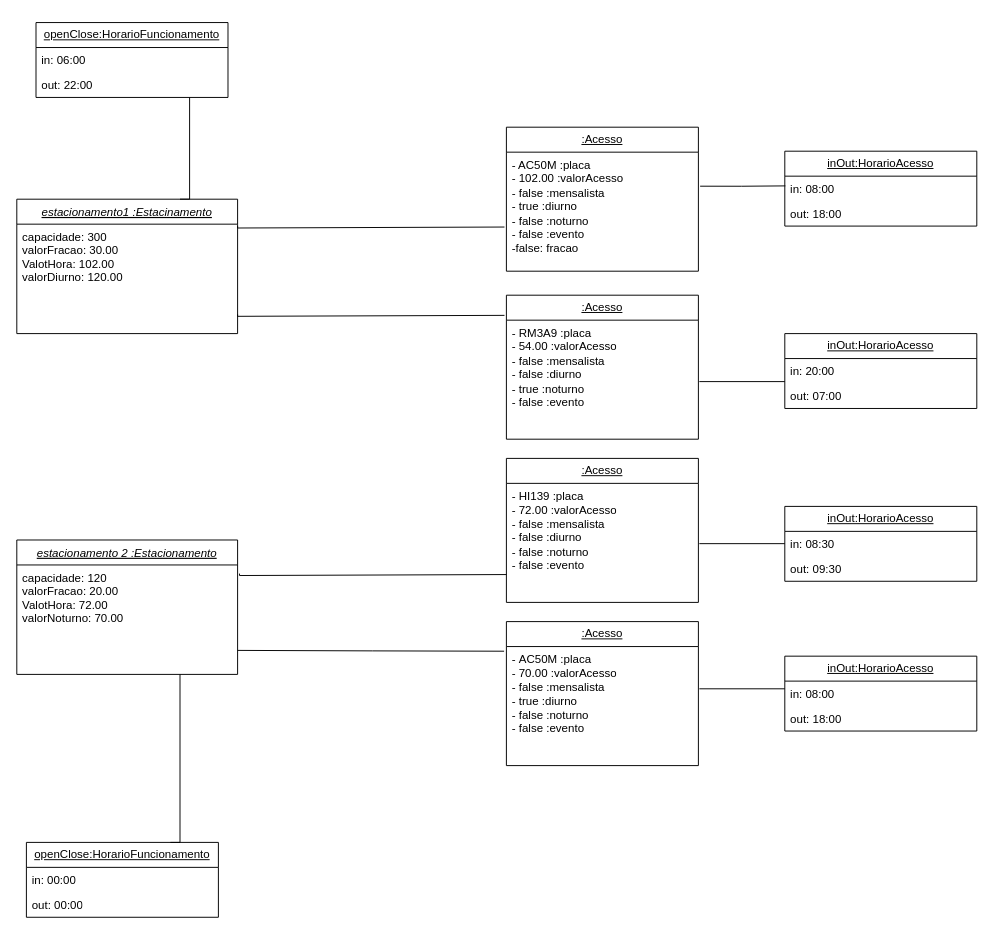
The draw.io diagram TP/Object_Diagram.drawio in Pedronosrins/OO, before the edit. Source tidied: cells renumbered, new cells numbered last; positions are measured from the earlier drawing's top-left corner, leaving out a move shared by most shapes. Both pictures are drawn from the tidied source at 96%, with x=0, y=0 at pixel (16, 22).
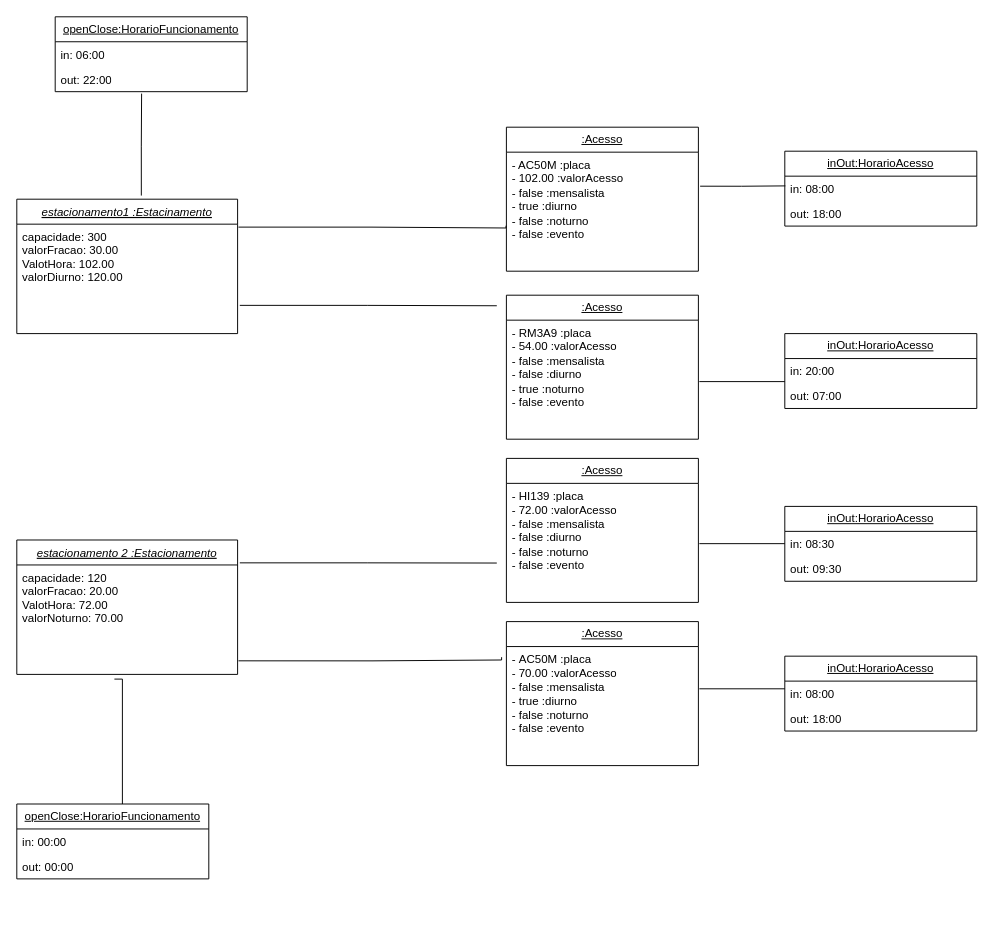
After the change.

The change refers to these unchanged cells:
```xml
<mxCell id="2" value="estacionamento1 :Estacinamento" style="swimlane;fontStyle=6;align=center;verticalAlign=top;horizontal=1;startSize=26;rounded=0;shadow=0;strokeWidth=1;" parent="1" vertex="1">
  <mxGeometry y="184" width="230" height="140" as="geometry" />
</mxCell>
<mxCell id="3" value="capacidade: 300&#10;valorFracao: 30.00&#10;ValotHora: 102.00&#10;valorDiurno: 120.00&#10;" style="text;align=left;verticalAlign=top;spacingLeft=4;spacingRight=4;overflow=hidden;points=[[0,0.5],[1,0.5]];portConstraint=eastwest;" parent="2" vertex="1">
  <mxGeometry y="26" width="230" height="114" as="geometry" />
</mxCell>
<mxCell id="4" value="estacionamento 2 :Estacionamento" style="swimlane;fontStyle=6;align=center;verticalAlign=top;horizontal=1;startSize=26;rounded=0;shadow=0;strokeWidth=1;" parent="1" vertex="1">
  <mxGeometry y="539" width="230" height="140" as="geometry" />
</mxCell>
<mxCell id="5" value="capacidade: 120&#10;valorFracao: 20.00&#10;ValotHora: 72.00&#10;valorNoturno: 70.00&#10;" style="text;align=left;verticalAlign=top;spacingLeft=4;spacingRight=4;overflow=hidden;points=[[0,0.5],[1,0.5]];portConstraint=eastwest;" parent="4" vertex="1">
  <mxGeometry y="26" width="230" height="114" as="geometry" />
</mxCell>
<mxCell id="6" value="&lt;u&gt;:Acesso&lt;/u&gt;" style="swimlane;fontStyle=0;horizontal=1;startSize=26;fillColor=none;whiteSpace=wrap;html=1;" parent="1" vertex="1">
  <mxGeometry x="510" y="109" width="200" height="150" as="geometry" />
</mxCell>
<mxCell id="8" value="&lt;u&gt;:Acesso&lt;/u&gt;" style="swimlane;fontStyle=0;horizontal=1;startSize=26;fillColor=none;whiteSpace=wrap;html=1;" parent="1" vertex="1">
  <mxGeometry x="510" y="284" width="200" height="150" as="geometry" />
</mxCell>
<mxCell id="10" value="&lt;u&gt;:Acesso&lt;/u&gt;" style="swimlane;fontStyle=0;horizontal=1;startSize=26;fillColor=none;whiteSpace=wrap;html=1;" parent="1" vertex="1">
  <mxGeometry x="510" y="454" width="200" height="150" as="geometry" />
</mxCell>
<mxCell id="13" value="-&amp;nbsp;AC50M :placa&lt;br&gt;- 70.00 :valorAcesso&lt;br&gt;- false :mensalista&lt;br&gt;- true :diurno&lt;br&gt;- false :noturno&lt;br&gt;- false :evento" style="text;strokeColor=none;fillColor=none;align=left;verticalAlign=top;spacingLeft=4;spacingRight=4;overflow=hidden;points=[[0,0.5],[1,0.5]];portConstraint=eastwest;whiteSpace=wrap;html=1;" parent="12" vertex="1">
  <mxGeometry y="26" width="200" height="124" as="geometry" />
</mxCell>
<mxCell id="31" value="out: 22:00" style="text;strokeColor=none;fillColor=none;align=left;verticalAlign=top;spacingLeft=4;spacingRight=4;overflow=hidden;points=[[0,0.5],[1,0.5]];portConstraint=eastwest;whiteSpace=wrap;html=1;" parent="29" vertex="1">
  <mxGeometry y="52" width="200" height="26" as="geometry" />
</mxCell>
```

The edit, as a diff of the source:
```diff
@@
-    <mxCell id="7" value="- AC50M&amp;nbsp;:placa&lt;br&gt;- 102.00 :valorAcesso&lt;br&gt;- false :mensalista&lt;br&gt;- true :diurno&lt;br&gt;- false :noturno&lt;br&gt;- false :evento&lt;br&gt;-false: fracao" style="text;strokeColor=none;fillColor=none;align=left;verticalAlign=top;spacingLeft=4;spacingRight=4;overflow=hidden;points=[[0,0.5],[1,0.5]];portConstraint=eastwest;whiteSpace=wrap;html=1;" parent="6" vertex="1">
+    <mxCell id="7" value="- AC50M&amp;nbsp;:placa&lt;br&gt;- 102.00 :valorAcesso&lt;br&gt;- false :mensalista&lt;br&gt;- true :diurno&lt;br&gt;- false :noturno&lt;br&gt;- false :evento&lt;br&gt;" style="text;strokeColor=none;fillColor=none;align=left;verticalAlign=top;spacingLeft=4;spacingRight=4;overflow=hidden;points=[[0,0.5],[1,0.5]];portConstraint=eastwest;whiteSpace=wrap;html=1;" parent="6" vertex="1">
       <mxGeometry y="26" width="200" height="124" as="geometry" />
     </mxCell>
@@
-    <mxCell id="9" value="-&amp;nbsp;RM3A9&amp;nbsp;:placa&lt;br&gt;- 54.00 :valorAcesso&lt;br&gt;- false :mensalista&lt;br&gt;- false :diurno&lt;br&gt;- true :noturno&lt;br&gt;- false :evento" style="text;strokeColor=none;fillColor=none;align=left;verticalAlign=top;spacingLeft=4;spacingRight=4;overflow=hidden;whiteSpace=wrap;html=1;" parent="8" vertex="1">
+    <mxCell id="9" value="-&amp;nbsp;RM3A9&amp;nbsp;:placa&lt;br&gt;- 54.00 :valorAcesso&lt;br&gt;- false :mensalista&lt;br&gt;- false :diurno&lt;br&gt;- true :noturno&lt;br&gt;- false :evento&lt;br&gt;" style="text;strokeColor=none;fillColor=none;align=left;verticalAlign=top;spacingLeft=4;spacingRight=4;overflow=hidden;whiteSpace=wrap;html=1;" parent="8" vertex="1">
       <mxGeometry y="26" width="200" height="124" as="geometry" />
     </mxCell>
@@
-    <mxCell id="11" value="-&amp;nbsp;HI139&amp;nbsp;:placa&lt;br&gt;- 72.00 :valorAcesso&lt;br&gt;- false :mensalista&lt;br&gt;- false :diurno&lt;br&gt;- false :noturno&lt;br&gt;- false :evento" style="text;strokeColor=none;fillColor=none;align=left;verticalAlign=top;spacingLeft=4;spacingRight=4;overflow=hidden;whiteSpace=wrap;html=1;" parent="10" vertex="1">
+    <mxCell id="11" value="-&amp;nbsp;HI139&amp;nbsp;:placa&lt;br&gt;- 72.00 :valorAcesso&lt;br&gt;- false :mensalista&lt;br&gt;- false :diurno&lt;br&gt;- false :noturno&lt;br&gt;- false :evento&lt;br&gt;" style="text;strokeColor=none;fillColor=none;align=left;verticalAlign=top;spacingLeft=4;spacingRight=4;overflow=hidden;whiteSpace=wrap;html=1;" parent="10" vertex="1">
       <mxGeometry y="26" width="200" height="124" as="geometry" />
     </mxCell>
@@
     <mxCell id="14" value="&lt;u&gt;openClose:HorarioFuncionamento&lt;/u&gt;" style="swimlane;fontStyle=0;horizontal=1;startSize=26;fillColor=none;whiteSpace=wrap;html=1;" parent="1" vertex="1">
-      <mxGeometry x="10" y="854" width="200" height="78" as="geometry" />
+      <mxGeometry y="814" width="200" height="78" as="geometry" />
     </mxCell>
@@
+    <mxCell id="42" style="endArrow=none;html=1;edgeStyle=orthogonalEdgeStyle;rounded=0;exitX=0.564;exitY=-0.027;exitDx=0;exitDy=0;exitPerimeter=0;" parent="1" edge="1" source="2">
+      <mxGeometry relative="1" as="geometry">
+        <mxPoint x="130" y="74" as="targetPoint" />
+      </mxGeometry>
+    </mxCell>
@@
     <mxCell id="29" value="&lt;u&gt;openClose:HorarioFuncionamento&lt;/u&gt;" style="swimlane;fontStyle=0;horizontal=1;startSize=26;fillColor=none;whiteSpace=wrap;html=1;" parent="1" vertex="1">
-      <mxGeometry x="20" width="200" height="78" as="geometry" />
+      <mxGeometry x="40" y="-6" width="200" height="78" as="geometry" />
     </mxCell>
@@
-    <mxCell id="36" style="endArrow=none;html=1;edgeStyle=orthogonalEdgeStyle;rounded=0;entryX=-0.012;entryY=0.039;entryDx=0;entryDy=0;entryPerimeter=0;" parent="1" edge="1" target="13">
-      <mxGeometry relative="1" as="geometry">
-        <mxPoint x="230" y="654" as="sourcePoint" />
-      </mxGeometry>
-    </mxCell>
-    <mxCell id="37" style="endArrow=none;html=1;edgeStyle=orthogonalEdgeStyle;rounded=0;entryX=-0.012;entryY=0.039;entryDx=0;entryDy=0;entryPerimeter=0;" parent="1" edge="1">
-      <mxGeometry relative="1" as="geometry">
-        <mxPoint x="230" y="212" as="sourcePoint" />
-        <mxPoint x="508" y="213" as="targetPoint" />
-        <Array as="points">
-          <mxPoint x="230" y="214" />
-        </Array>
-      </mxGeometry>
-    </mxCell>
-    <mxCell id="38" style="endArrow=none;html=1;edgeStyle=orthogonalEdgeStyle;rounded=0;entryX=-0.012;entryY=0.039;entryDx=0;entryDy=0;entryPerimeter=0;" parent="1" edge="1">
-      <mxGeometry relative="1" as="geometry">
-        <mxPoint x="230" y="304" as="sourcePoint" />
-        <mxPoint x="508" y="305" as="targetPoint" />
-        <Array as="points">
-          <mxPoint x="230" y="306" />
-        </Array>
-      </mxGeometry>
-    </mxCell>
-    <mxCell id="39" style="endArrow=none;html=1;edgeStyle=orthogonalEdgeStyle;rounded=0;entryX=-0.012;entryY=0.039;entryDx=0;entryDy=0;entryPerimeter=0;" parent="1" edge="1">
-      <mxGeometry relative="1" as="geometry">
-        <mxPoint x="232" y="574" as="sourcePoint" />
-        <mxPoint x="510" y="575" as="targetPoint" />
-        <Array as="points">
-          <mxPoint x="232" y="576" />
-        </Array>
-      </mxGeometry>
-    </mxCell>
-    <mxCell id="40" style="endArrow=none;html=1;edgeStyle=orthogonalEdgeStyle;rounded=0;exitX=0.75;exitY=0;exitDx=0;exitDy=0;" parent="1" edge="1" source="14">
-      <mxGeometry relative="1" as="geometry">
-        <mxPoint x="170" y="679" as="targetPoint" />
-        <Array as="points">
-          <mxPoint x="170" y="854" />
-        </Array>
-      </mxGeometry>
-    </mxCell>
-    <mxCell id="41" style="endArrow=none;html=1;edgeStyle=orthogonalEdgeStyle;rounded=0;exitX=0.75;exitY=0;exitDx=0;exitDy=0;" parent="1" edge="1" target="31">
-      <mxGeometry relative="1" as="geometry">
-        <mxPoint x="170" y="184" as="sourcePoint" />
-        <Array as="points">
-          <mxPoint x="180" y="184" />
-        </Array>
-      </mxGeometry>
-    </mxCell>
+    <mxCell id="43" style="endArrow=none;html=1;edgeStyle=orthogonalEdgeStyle;rounded=0;exitX=0.442;exitY=1.043;exitDx=0;exitDy=0;exitPerimeter=0;" parent="1" edge="1" source="5">
+      <mxGeometry relative="1" as="geometry">
+        <mxPoint x="110" y="814" as="targetPoint" />
+        <Array as="points">
+          <mxPoint x="110" y="684" />
+        </Array>
+      </mxGeometry>
+    </mxCell>
+    <mxCell id="44" style="endArrow=none;html=1;edgeStyle=orthogonalEdgeStyle;rounded=0;exitX=1.004;exitY=0.027;exitDx=0;exitDy=0;exitPerimeter=0;entryX=-0.002;entryY=0.618;entryDx=0;entryDy=0;entryPerimeter=0;" parent="1" edge="1" source="3" target="7">
+      <mxGeometry relative="1" as="geometry">
+        <Array as="points">
+          <mxPoint x="370" y="213" />
+          <mxPoint x="510" y="214" />
+        </Array>
+      </mxGeometry>
+    </mxCell>
+    <mxCell id="45" style="endArrow=none;html=1;edgeStyle=orthogonalEdgeStyle;rounded=0;exitX=1.01;exitY=0.742;exitDx=0;exitDy=0;exitPerimeter=0;" parent="1" edge="1" source="3">
+      <mxGeometry relative="1" as="geometry">
+        <mxPoint x="500" y="295" as="targetPoint" />
+      </mxGeometry>
+    </mxCell>
+    <mxCell id="46" style="endArrow=none;html=1;edgeStyle=orthogonalEdgeStyle;rounded=0;exitX=1.01;exitY=0.17;exitDx=0;exitDy=0;exitPerimeter=0;" parent="1" edge="1" source="4">
+      <mxGeometry relative="1" as="geometry">
+        <mxPoint x="500" y="563" as="targetPoint" />
+      </mxGeometry>
+    </mxCell>
+    <mxCell id="47" style="endArrow=none;html=1;edgeStyle=orthogonalEdgeStyle;rounded=0;exitX=1.004;exitY=0.876;exitDx=0;exitDy=0;exitPerimeter=0;entryX=-0.025;entryY=0.089;entryDx=0;entryDy=0;entryPerimeter=0;" parent="1" edge="1" source="5" target="13">
+      <mxGeometry relative="1" as="geometry">
+        <Array as="points">
+          <mxPoint x="370" y="665" />
+          <mxPoint x="505" y="664" />
+        </Array>
+      </mxGeometry>
+    </mxCell>
```
